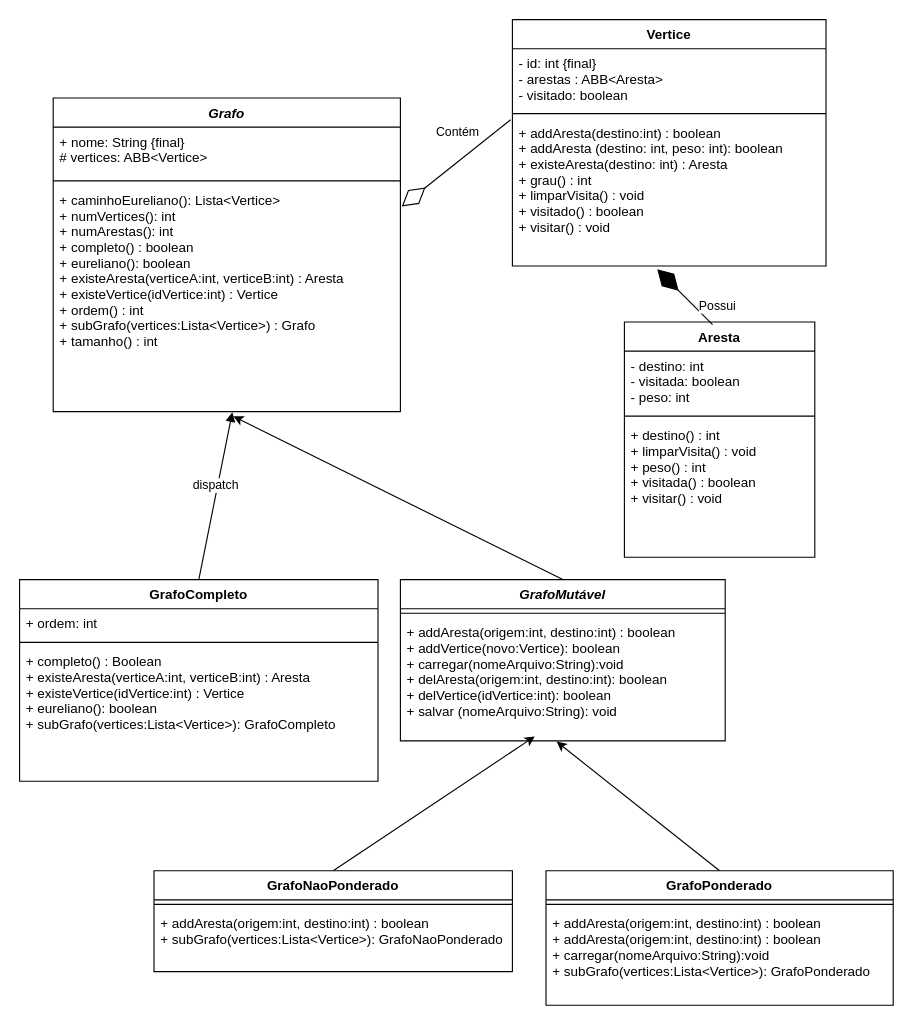
Before: docs/diagramas/2.0 - Diagrama UML Algoritmos em Grafos.drawio in DisciplinasProgramacao/projeto2-t-e-a-m, a draw.io diagram. Source tidied: cells renumbered, new cells numbered last; positions are measured from the earlier drawing's top-left corner, leaving out a move shared by most shapes. Both pictures are drawn from the tidied source at 112%, with x=0, y=0 at pixel (19, 19).
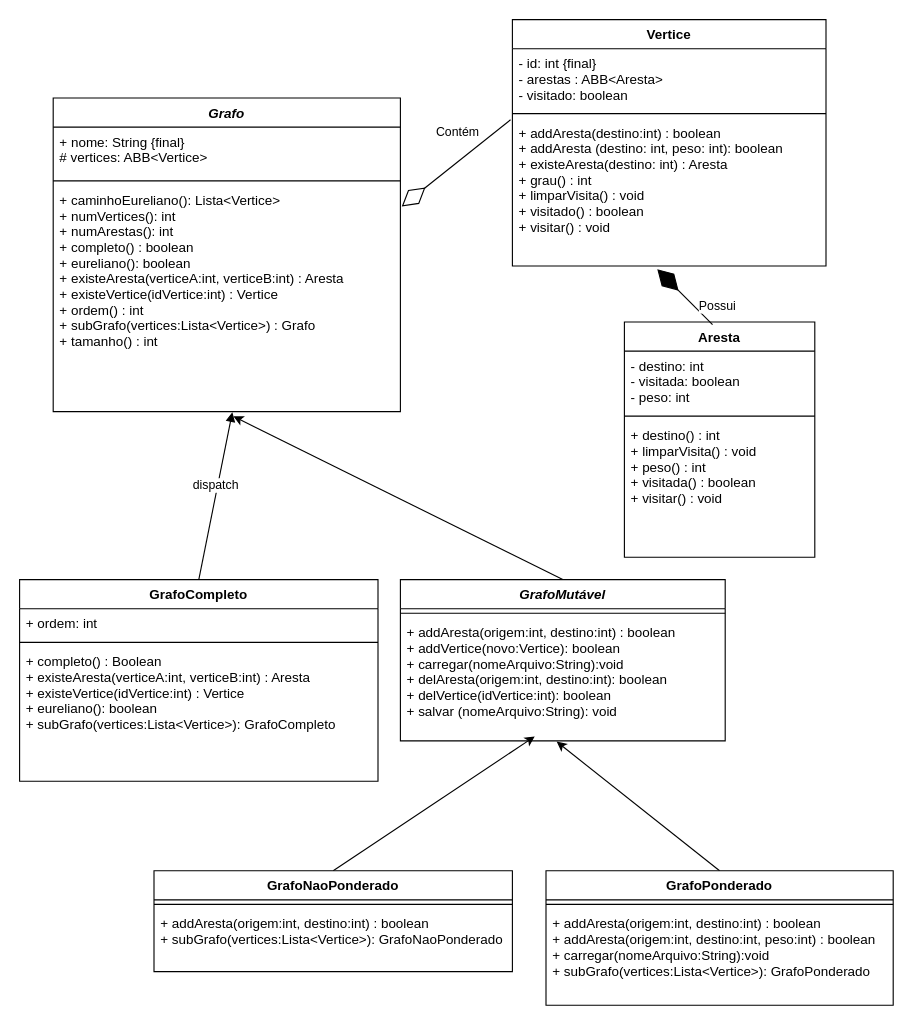
The same diagram, later.

Unchanged cells that the change refers to:
```xml
<mxCell id="32" value="GrafoPonderado" style="swimlane;fontStyle=1;align=center;verticalAlign=top;horizontal=1;startSize=26;" parent="1" vertex="1">
  <mxGeometry x="470" y="760" width="310" height="120" as="geometry" />
</mxCell>
```

The edit, as a diff of the source:
```diff
@@
-    <mxCell id="34" value="+ addAresta(origem:int, destino:int) : boolean&#10;+ addAresta(origem:int, destino:int) : boolean&#10;+ carregar(nomeArquivo:String):void&#10;+ subGrafo(vertices:Lista&lt;Vertice&gt;): GrafoPonderado" style="text;strokeColor=none;fillColor=none;align=left;verticalAlign=top;spacingLeft=4;spacingRight=4;overflow=hidden;" parent="32" vertex="1">
+    <mxCell id="34" value="+ addAresta(origem:int, destino:int) : boolean&#10;+ addAresta(origem:int, destino:int, peso:int) : boolean&#10;+ carregar(nomeArquivo:String):void&#10;+ subGrafo(vertices:Lista&lt;Vertice&gt;): GrafoPonderado" style="text;strokeColor=none;fillColor=none;align=left;verticalAlign=top;spacingLeft=4;spacingRight=4;overflow=hidden;" parent="32" vertex="1">
       <mxGeometry y="34" width="310" height="86" as="geometry" />
     </mxCell>
```
